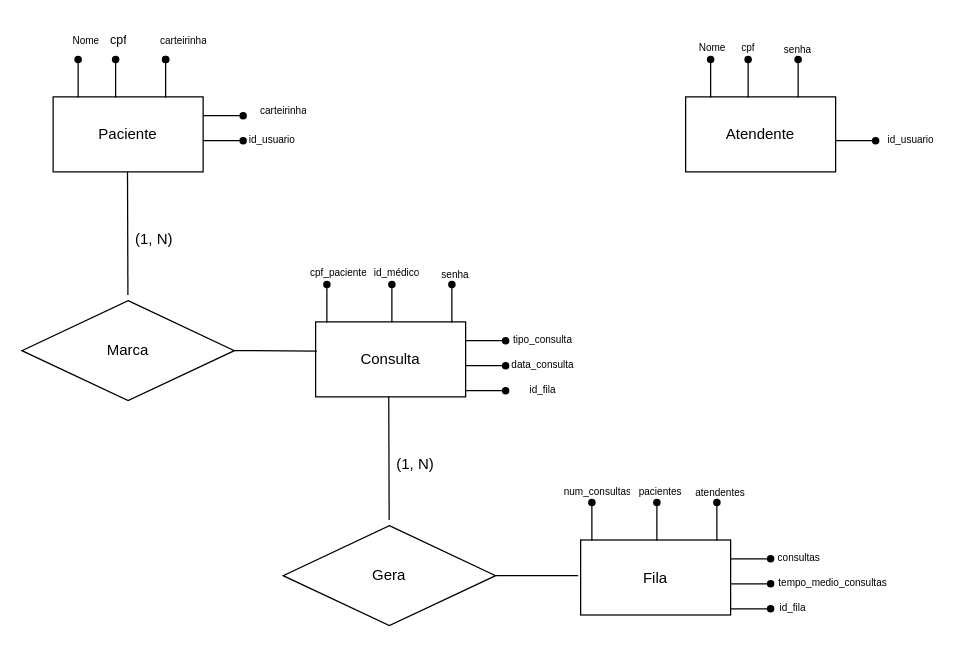
Scoorpioon/FastHealth keeps this draw.io diagram as DER.drawio. Above is the earlier version. Source tidied: cells renumbered, new cells numbered last; positions are measured from the earlier drawing's top-left corner, leaving out a move shared by most shapes. Both pictures are drawn from the tidied source at 125%, with x=0, y=0 at pixel (21, 21).
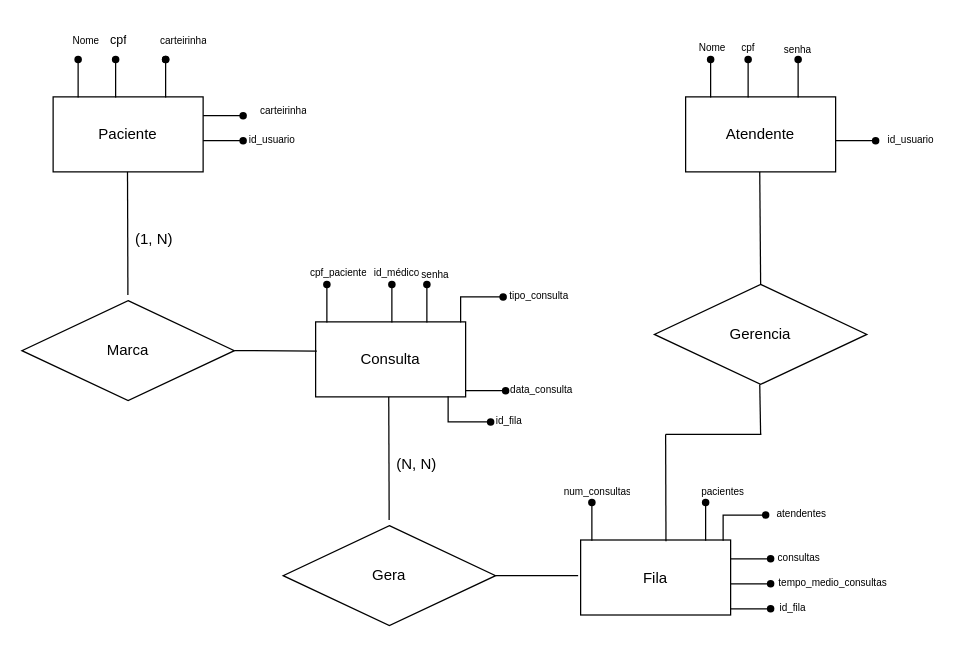
After the change.

Commit message:
Versão básica

Unchanged cells that the change refers to:
```xml
<mxCell id="95" value="Fila" style="rounded=0;whiteSpace=wrap;html=1;" parent="1" vertex="1">
  <mxGeometry x="447" y="414.5" width="120" height="60" as="geometry" />
</mxCell>
<mxCell id="100" style="group;" parent="99" vertex="1">
  <mxGeometry y="20" width="20" height="20" as="geometry" />
</mxCell>
```

Change to the diagram source:
```diff
@@
     <mxCell id="67" value="senha" style="group;fontSize=8;" parent="1" vertex="1">
-      <mxGeometry x="322" y="191" width="50" height="20" as="geometry" />
+      <mxGeometry x="306" y="191" width="50" height="20" as="geometry" />
     </mxCell>
     <mxCell id="68" style="line;strokeWidth=1;dashed=0;labelPosition=right;align=left;verticalAlign=middle;spacingTop=0;spacingLeft=6;" parent="1" vertex="1">
-      <mxGeometry x="355" y="270" width="30" height="10" as="geometry" />
+      <mxGeometry x="355" y="290" width="30" height="10" as="geometry" />
     </mxCell>
     <mxCell id="69" style="group;fillColor=none;" parent="1" vertex="1">
-      <mxGeometry x="377" y="265" width="20" height="20" as="geometry" />
+      <mxGeometry x="377" y="285" width="20" height="20" as="geometry" />
     </mxCell>
@@
-    <mxCell id="76" style="edgeStyle=orthogonalEdgeStyle;rounded=0;jettySize=auto;html=1;exitX=0;exitY=0;exitDx=0;exitDy=0;" parent="1" edge="1" target="77">
-      <mxGeometry relative="1" as="geometry" />
-    </mxCell>
-    <mxCell id="77" style="shape=waypoint;sketch=0;fillStyle=solid;size=6;points=[];fillColor=none;perimeter=centerPerimeter;snapToPoint=1;" parent="1" vertex="1">
-      <mxGeometry x="334" y="200" width="20" height="20" as="geometry" />
-    </mxCell>
-    <mxCell id="78" style="shape=partialRectangle;whiteSpace=wrap;html=1;right=0;top=0;bottom=0;fillColor=none;routingCenterX=-0.5;" parent="1" vertex="1">
-      <mxGeometry x="344" y="210" width="10" height="30" as="geometry" />
-    </mxCell>
     <mxCell id="79" value="data_consulta" style="group;fontSize=8;" parent="1" vertex="1">
-      <mxGeometry x="392" y="263" width="50" height="20" as="geometry" />
+      <mxGeometry x="391" y="283" width="50" height="20" as="geometry" />
     </mxCell>
-    <mxCell id="80" style="line;strokeWidth=1;dashed=0;labelPosition=right;align=left;verticalAlign=middle;spacingTop=0;spacingLeft=6;" parent="1" vertex="1">
-      <mxGeometry x="355" y="250" width="30" height="10" as="geometry" />
-    </mxCell>
-    <mxCell id="81" style="group;fillColor=none;" parent="1" vertex="1">
-      <mxGeometry x="377" y="245" width="20" height="20" as="geometry" />
-    </mxCell>
-    <mxCell id="82" style="edgeStyle=orthogonalEdgeStyle;rounded=0;jettySize=auto;html=1;exitX=0;exitY=0;exitDx=0;exitDy=0;" parent="81" edge="1" target="83">
-      <mxGeometry relative="1" as="geometry" />
-    </mxCell>
-    <mxCell id="83" style="shape=waypoint;sketch=0;fillStyle=solid;size=6;points=[];fillColor=none;perimeter=centerPerimeter;snapToPoint=1;" parent="81" vertex="1">
-      <mxGeometry width="20" height="20" as="geometry" />
-    </mxCell>
     <mxCell id="84" value="tipo_consulta" style="group;fontSize=8;" parent="1" vertex="1">
-      <mxGeometry x="392" y="243" width="50" height="20" as="geometry" />
+      <mxGeometry x="389" y="208" width="50" height="20" as="geometry" />
     </mxCell>
-    <mxCell id="85" style="line;strokeWidth=1;dashed=0;labelPosition=right;align=left;verticalAlign=middle;spacingTop=0;spacingLeft=6;" parent="1" vertex="1">
-      <mxGeometry x="355" y="290" width="30" height="10" as="geometry" />
-    </mxCell>
-    <mxCell id="86" style="group;fillColor=none;" parent="1" vertex="1">
-      <mxGeometry x="377" y="285" width="20" height="20" as="geometry" />
-    </mxCell>
-    <mxCell id="87" style="edgeStyle=orthogonalEdgeStyle;rounded=0;jettySize=auto;html=1;exitX=0;exitY=0;exitDx=0;exitDy=0;" parent="86" edge="1" target="88">
-      <mxGeometry relative="1" as="geometry" />
-    </mxCell>
-    <mxCell id="88" style="shape=waypoint;sketch=0;fillStyle=solid;size=6;points=[];fillColor=none;perimeter=centerPerimeter;snapToPoint=1;" parent="86" vertex="1">
-      <mxGeometry width="20" height="20" as="geometry" />
-    </mxCell>
     <mxCell id="89" value="id_fila" style="group;fontSize=8;" parent="1" vertex="1">
-      <mxGeometry x="392" y="283" width="50" height="20" as="geometry" />
+      <mxGeometry x="365" y="308" width="50" height="20" as="geometry" />
     </mxCell>
@@
     <mxCell id="98" style="shape=partialRectangle;whiteSpace=wrap;html=1;right=0;top=0;bottom=0;fillColor=none;routingCenterX=-0.5;" parent="1" vertex="1">
-      <mxGeometry x="508" y="384.5" width="10" height="30" as="geometry" />
+      <mxGeometry x="547" y="384.5" width="10" height="30" as="geometry" />
     </mxCell>
@@
     <mxCell id="102" style="shape=waypoint;sketch=0;fillStyle=solid;size=6;points=[];fillColor=none;perimeter=centerPerimeter;snapToPoint=1;" parent="100" vertex="1">
-      <mxGeometry width="20" height="20" as="geometry" />
+      <mxGeometry x="39" width="20" height="20" as="geometry" />
     </mxCell>
-    <mxCell id="103" value="atendentes" style="group;fontSize=8;" parent="1" vertex="1">
-      <mxGeometry x="534" y="365.5" width="50" height="20" as="geometry" />
-    </mxCell>
@@
     <mxCell id="108" value="pacientes" style="text;strokeColor=none;fillColor=none;spacingLeft=4;spacingRight=4;overflow=hidden;fontSize=8;whiteSpace=wrap;html=1;" parent="1" vertex="1">
-      <mxGeometry x="488" y="364.5" width="51" height="20" as="geometry" />
+      <mxGeometry x="538" y="364.5" width="51" height="20" as="geometry" />
     </mxCell>
@@
-    <mxCell id="112" style="shape=waypoint;sketch=0;fillStyle=solid;size=6;fillColor=none;perimeter=centerPerimeter;" parent="1" vertex="1">
-      <mxGeometry x="546" y="374.5" width="20" height="20" as="geometry" />
-    </mxCell>
-    <mxCell id="113" style="shape=partialRectangle;whiteSpace=wrap;html=1;right=0;top=0;bottom=0;fillColor=none;routingCenterX=-0.5;" parent="1" vertex="1">
-      <mxGeometry x="556" y="384.5" width="10" height="30" as="geometry" />
-    </mxCell>
@@
-    <mxCell id="128" value="(1, N)" style="text;strokeColor=none;fillColor=none;spacingLeft=4;spacingRight=4;overflow=hidden;fontSize=12;whiteSpace=wrap;html=1;" parent="1" vertex="1">
-      <mxGeometry x="294" y="340" width="40" height="30" as="geometry" />
+    <mxCell id="128" value="(N, N)" style="text;strokeColor=none;fillColor=none;spacingLeft=4;spacingRight=4;overflow=hidden;fontSize=12;whiteSpace=wrap;html=1;" parent="1" vertex="1">
+      <mxGeometry x="294" y="340" width="51" height="30" as="geometry" />
     </mxCell>
+    <mxCell id="129" style="shape=partialRectangle;whiteSpace=wrap;html=1;bottom=0;right=0;fillColor=none;" parent="1" vertex="1">
+      <mxGeometry x="351" y="220" width="34" height="20" as="geometry" />
+    </mxCell>
+    <mxCell id="130" style="shape=waypoint;sketch=0;fillStyle=solid;size=6;fillColor=none;perimeter=centerPerimeter;" parent="1" vertex="1">
+      <mxGeometry x="314" y="200" width="20" height="20" as="geometry" />
+    </mxCell>
+    <mxCell id="131" style="shape=partialRectangle;whiteSpace=wrap;html=1;right=0;top=0;bottom=0;fillColor=none;routingCenterX=-0.5;" parent="1" vertex="1">
+      <mxGeometry x="324" y="210" width="10" height="30" as="geometry" />
+    </mxCell>
+    <mxCell id="132" style="group;fillColor=none;" parent="1" vertex="1">
+      <mxGeometry x="375" y="210" width="20" height="20" as="geometry" />
+    </mxCell>
+    <mxCell id="133" style="edgeStyle=orthogonalEdgeStyle;rounded=0;jettySize=auto;html=1;exitX=0;exitY=0;exitDx=0;exitDy=0;" parent="132" edge="1" target="134">
+      <mxGeometry relative="1" as="geometry" />
+    </mxCell>
+    <mxCell id="134" style="shape=waypoint;sketch=0;fillStyle=solid;size=6;points=[];fillColor=none;perimeter=centerPerimeter;snapToPoint=1;" parent="132" vertex="1">
+      <mxGeometry width="20" height="20" as="geometry" />
+    </mxCell>
+    <mxCell id="135" style="shape=partialRectangle;whiteSpace=wrap;html=1;bottom=0;right=0;fillColor=none;flipH=0;flipV=1;" parent="1" vertex="1">
+      <mxGeometry x="341" y="300" width="34" height="20" as="geometry" />
+    </mxCell>
+    <mxCell id="136" style="group;fillColor=none;flipH=0;flipV=1;" parent="1" vertex="1">
+      <mxGeometry x="365" y="310" width="20" height="20" as="geometry" />
+    </mxCell>
+    <mxCell id="137" style="edgeStyle=orthogonalEdgeStyle;rounded=0;jettySize=auto;html=1;exitX=0;exitY=0;exitDx=0;exitDy=0;" parent="136" edge="1" target="138">
+      <mxGeometry relative="1" as="geometry" />
+    </mxCell>
+    <mxCell id="138" style="shape=waypoint;sketch=0;fillStyle=solid;size=6;points=[];fillColor=none;perimeter=centerPerimeter;snapToPoint=1;" parent="136" vertex="1">
+      <mxGeometry width="20" height="20" as="geometry" />
+    </mxCell>
+    <mxCell id="139" value="Gerencia" style="rhombus;whiteSpace=wrap;html=1;" parent="1" vertex="1">
+      <mxGeometry x="506" y="210" width="170" height="80" as="geometry" />
+    </mxCell>
+    <mxCell id="140" style="endArrow=none;html=1;rounded=0;entryX=0.5;entryY=0;entryDx=0;entryDy=0;" parent="1" edge="1" target="139">
+      <mxGeometry relative="1" as="geometry">
+        <mxPoint x="590.3" y="120" as="sourcePoint" />
+      </mxGeometry>
+    </mxCell>
+    <mxCell id="103" value="atendentes" style="group;fontSize=8;" parent="1" vertex="1">
+      <mxGeometry x="599" y="382.5" width="50" height="20" as="geometry" />
+    </mxCell>
+    <mxCell id="141" style="shape=partialRectangle;whiteSpace=wrap;html=1;bottom=0;right=0;fillColor=none;" parent="1" vertex="1">
+      <mxGeometry x="561" y="394.5" width="34" height="20" as="geometry" />
+    </mxCell>
+    <mxCell id="142" style="group;fillColor=none;" parent="1" vertex="1">
+      <mxGeometry x="585" y="384.5" width="20" height="20" as="geometry" />
+    </mxCell>
+    <mxCell id="143" style="edgeStyle=orthogonalEdgeStyle;rounded=0;jettySize=auto;html=1;exitX=0;exitY=0;exitDx=0;exitDy=0;" parent="142" edge="1" target="144">
+      <mxGeometry relative="1" as="geometry" />
+    </mxCell>
+    <mxCell id="144" style="shape=waypoint;sketch=0;fillStyle=solid;size=6;points=[];fillColor=none;perimeter=centerPerimeter;snapToPoint=1;" parent="142" vertex="1">
+      <mxGeometry width="20" height="20" as="geometry" />
+    </mxCell>
+    <mxCell id="145" style="endArrow=none;html=1;rounded=0;" parent="1" edge="1">
+      <mxGeometry relative="1" as="geometry">
+        <mxPoint x="590.3" y="290" as="sourcePoint" />
+        <mxPoint x="591" y="330" as="targetPoint" />
+      </mxGeometry>
+    </mxCell>
+    <mxCell id="146" style="endArrow=none;html=1;rounded=0;" parent="1" edge="1">
+      <mxGeometry relative="1" as="geometry">
+        <mxPoint x="591.6" y="330" as="sourcePoint" />
+        <mxPoint x="515" y="330" as="targetPoint" />
+      </mxGeometry>
+    </mxCell>
+    <mxCell id="147" style="endArrow=none;html=1;rounded=0;exitX=0.569;exitY=0.016;exitDx=0;exitDy=0;exitPerimeter=0;" parent="1" edge="1" source="95">
+      <mxGeometry relative="1" as="geometry">
+        <mxPoint x="515" y="330" as="targetPoint" />
+      </mxGeometry>
+    </mxCell>
```
